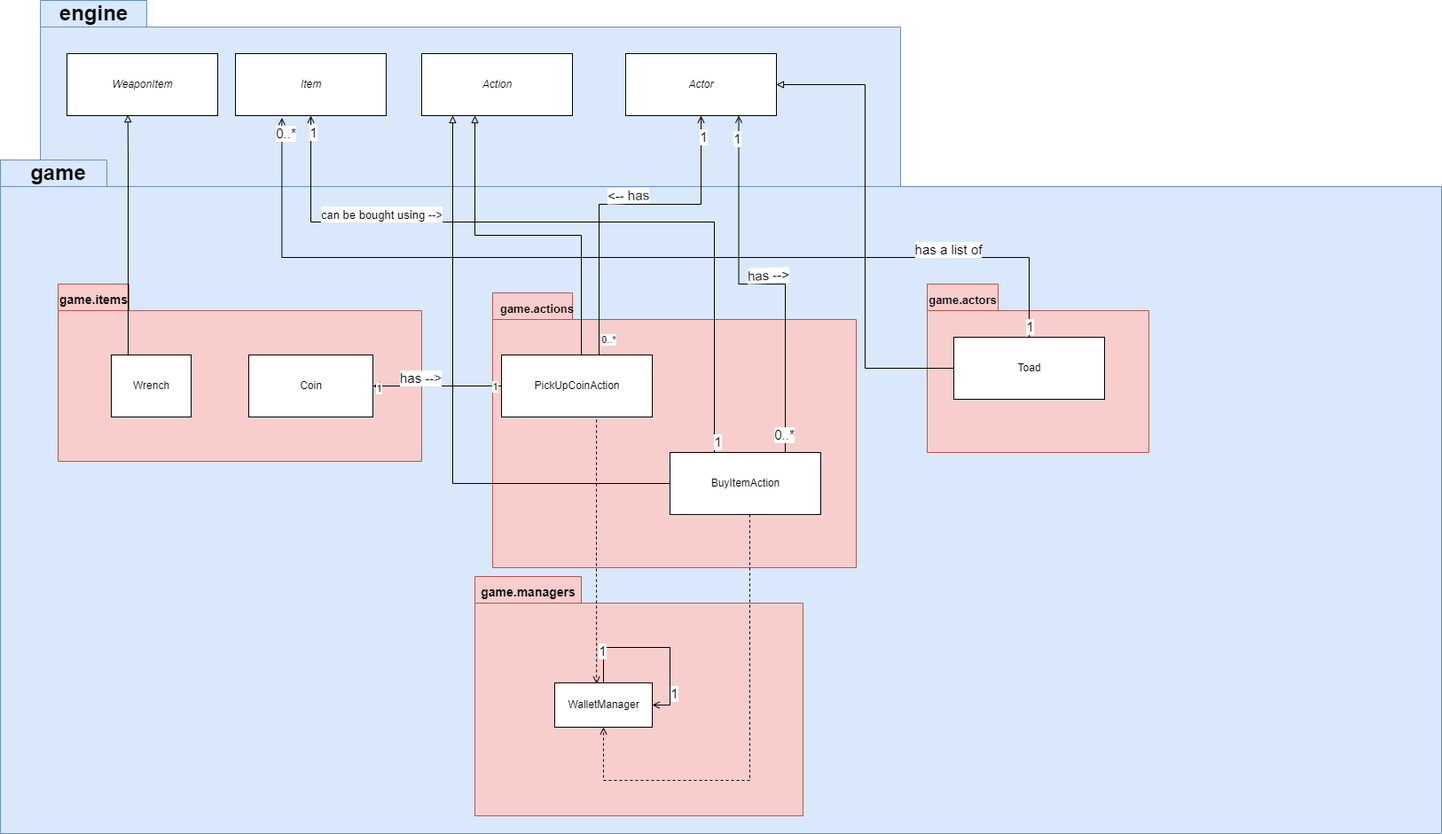
Before: docs/REQ5 UML Diagram by Andy.png, a diagram exported from draw.io (IvanChann/Mario....). Source tidied: cells renumbered, new cells last; positions are measured from the earlier drawing's top-left corner, leaving out a move shared by most shapes.
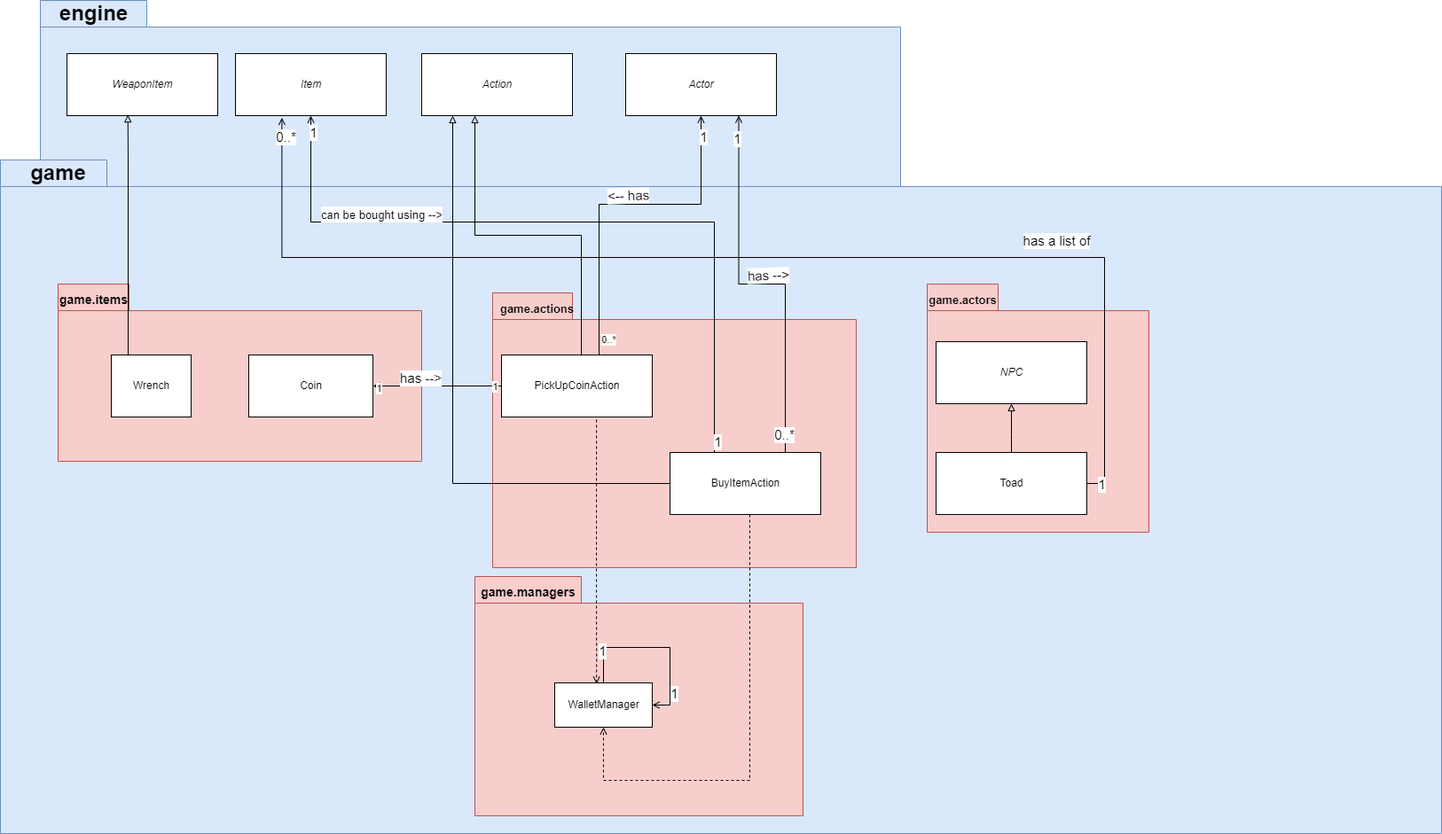
The same file after the commit.

Commit message:
Added <<enumeration>> to status in all 3 diagrams

What changed in the source:
```diff
@@ -166,18 +166,15 @@
       <mxGeometry x="125" y="400" width="90" height="70" as="geometry" />
     </mxCell>
     <mxCell id="41" style="shape=folder;fontStyle=1;spacingTop=10;tabWidth=80;tabHeight=30;tabPosition=left;html=1;fontSize=15;fillColor=#f8cecc;strokeColor=#b85450;" parent="1" vertex="1">
-      <mxGeometry x="1045" y="320" width="250" height="190" as="geometry" />
+      <mxGeometry x="1045" y="320" width="250" height="280" as="geometry" />
     </mxCell>
     <mxCell id="42" value="&lt;font style=&quot;font-size: 13px&quot;&gt;game.actors&lt;/font&gt;" style="text;strokeColor=none;fillColor=none;html=1;fontSize=24;fontStyle=1;verticalAlign=middle;align=center;" parent="1" vertex="1">
       <mxGeometry x="1025" y="320" width="120" height="30" as="geometry" />
     </mxCell>
-    <mxCell id="43" style="edgeStyle=orthogonalEdgeStyle;rounded=0;jettySize=auto;html=1;entryX=1;entryY=0.5;entryDx=0;entryDy=0;fontSize=15;endArrow=block;endFill=0;" parent="1" edge="1" source="48" target="11">
-      <mxGeometry relative="1" as="geometry" />
-    </mxCell>
     <mxCell id="44" style="edgeStyle=orthogonalEdgeStyle;rounded=0;jettySize=auto;html=1;entryX=0.308;entryY=1.034;entryDx=0;entryDy=0;fontSize=15;endArrow=open;endFill=0;entryPerimeter=0;" parent="1" edge="1" source="48" target="52">
       <mxGeometry relative="1" as="geometry">
         <Array as="points">
-          <mxPoint x="1160" y="290" />
+          <mxPoint x="1245" y="290" />
           <mxPoint x="317" y="290" />
         </Array>
       </mxGeometry>
@@ -190,11 +187,19 @@
     </mxCell>
     <mxCell id="47" value="has a list of" style="edgeLabel;html=1;align=center;verticalAlign=middle;fontSize=15;" parent="44" vertex="1">
       <mxGeometry x="-0.66" y="1" relative="1" as="geometry">
-        <mxPoint x="5" y="-11" as="offset" />
+        <mxPoint x="-54" y="-62" as="offset" />
       </mxGeometry>
     </mxCell>
+    <mxCell id="53" style="edgeStyle=orthogonalEdgeStyle;rounded=0;jettySize=auto;html=1;entryX=0.5;entryY=1;entryDx=0;entryDy=0;endArrow=block;endFill=0;" parent="1" edge="1" source="48" target="54">
+      <mxGeometry relative="1" as="geometry">
+        <Array as="points">
+          <mxPoint x="1140" y="490" />
+          <mxPoint x="1140" y="490" />
+        </Array>
+      </mxGeometry>
+    </mxCell>
     <mxCell id="48" value="Toad" style="html=1;" parent="1" vertex="1">
-      <mxGeometry x="1075" y="380" width="170" height="70" as="geometry" />
+      <mxGeometry x="1055" y="510" width="170" height="70" as="geometry" />
     </mxCell>
     <mxCell id="49" style="endArrow=open;html=1;rounded=0;fontSize=15;exitX=0.63;exitY=1.043;exitDx=0;exitDy=0;exitPerimeter=0;entryX=0.429;entryY=0.02;entryDx=0;entryDy=0;entryPerimeter=0;endFill=0;dashed=1;" parent="1" edge="1" source="28" target="15">
       <mxGeometry relative="1" as="geometry">
@@ -218,5 +223,8 @@
     <mxCell id="52" value="&lt;i&gt;Item&lt;/i&gt;" style="html=1;" parent="1" vertex="1">
       <mxGeometry x="265" y="60" width="170" height="70" as="geometry" />
     </mxCell>
+    <mxCell id="54" value="&lt;i&gt;NPC&lt;/i&gt;" style="html=1;" parent="1" vertex="1">
+      <mxGeometry x="1055" y="385" width="170" height="70" as="geometry" />
+    </mxCell>
   </root>
 </mxGraphModel>
```
